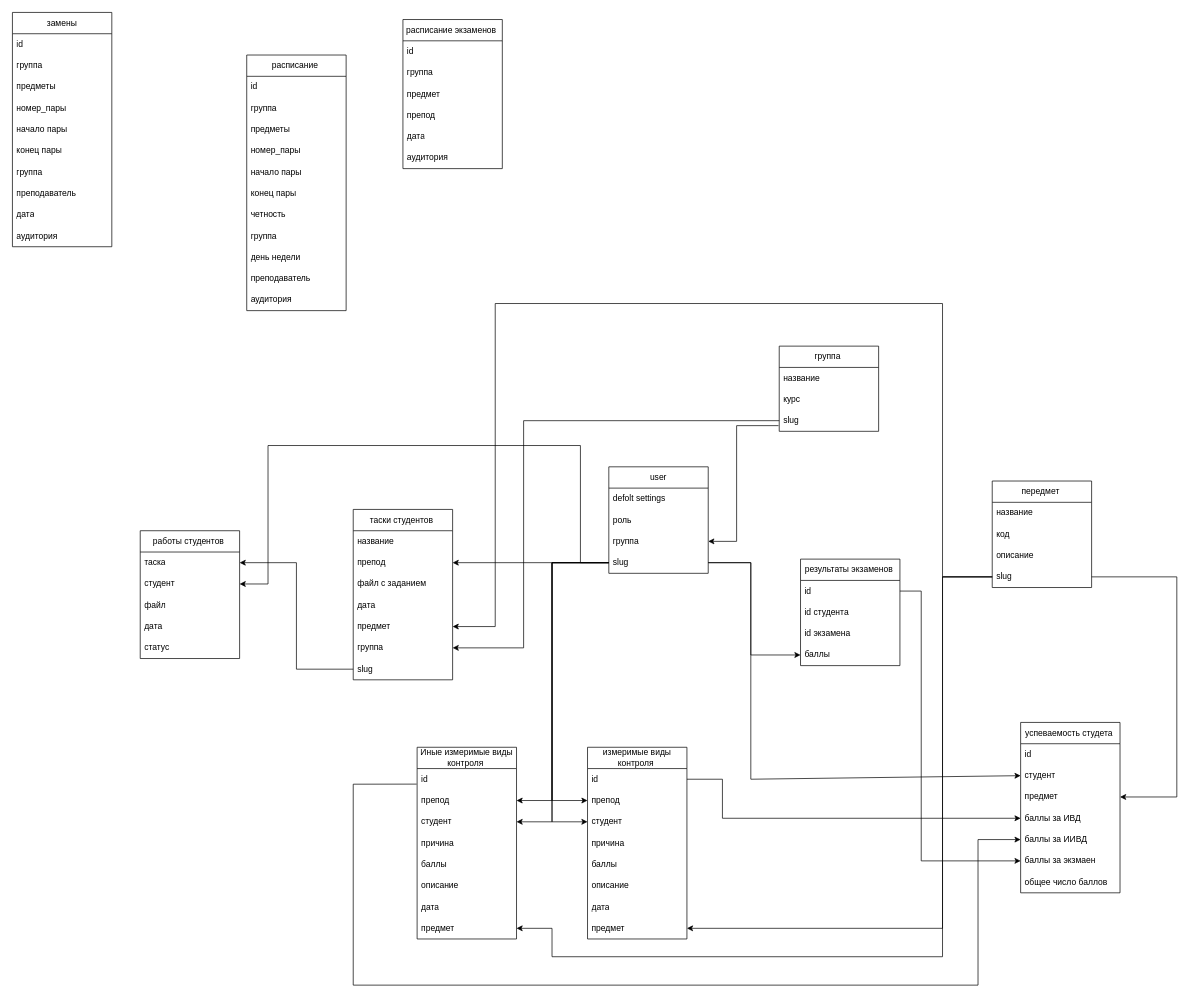
Above: db.drawio in alexkhub/GraduateWork (draw.io), before the change. Source tidied: cells renumbered, new cells numbered last; positions are measured from the earlier drawing's top-left corner, leaving out a move shared by most shapes. Both pictures are drawn from the tidied source at 71%, with x=0, y=0 at pixel (12, 12).
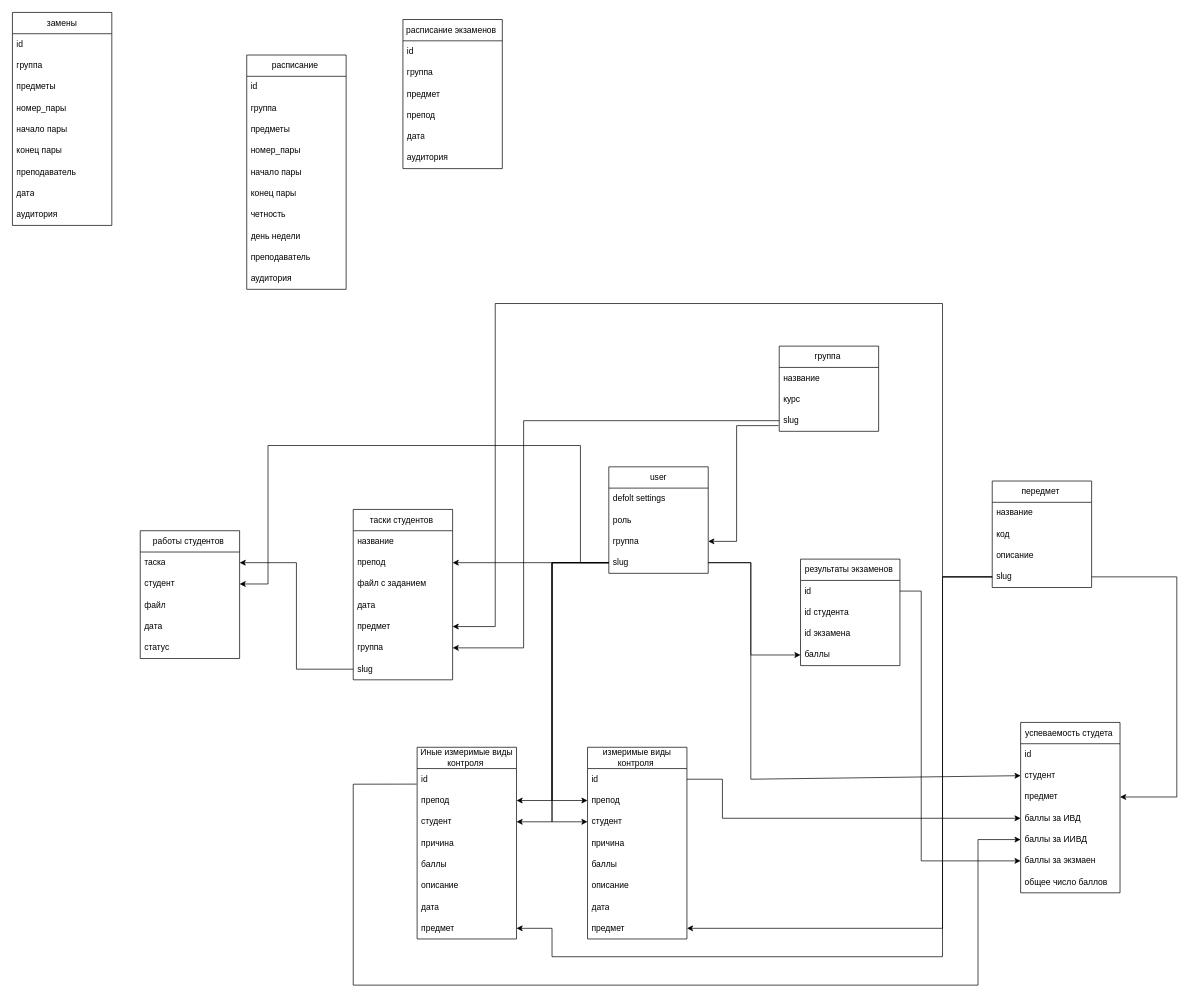
After the change.

Diff of the diagram source:
```diff
@@
     <mxCell id="79" value="расписание&amp;nbsp;" style="swimlane;fontStyle=0;horizontal=1;startSize=30;whiteSpace=wrap;html=1;" parent="1" vertex="1">
-      <mxGeometry x="330" y="60" width="140" height="360" as="geometry" />
+      <mxGeometry x="330" y="60" width="140" height="330" as="geometry" />
     </mxCell>
@@
-    <mxCell id="87" value="группа&amp;nbsp;" style="text;strokeColor=none;fillColor=none;align=left;verticalAlign=middle;spacingLeft=4;spacingRight=4;overflow=hidden;whiteSpace=wrap;html=1;" parent="79" vertex="1">
-      <mxGeometry y="240" width="140" height="30" as="geometry" />
-    </mxCell>
     <mxCell id="88" value="день недели" style="text;strokeColor=none;fillColor=none;align=left;verticalAlign=middle;spacingLeft=4;spacingRight=4;overflow=hidden;whiteSpace=wrap;html=1;" parent="79" vertex="1">
-      <mxGeometry y="270" width="140" height="30" as="geometry" />
+      <mxGeometry y="240" width="140" height="30" as="geometry" />
     </mxCell>
     <mxCell id="89" value="преподаватель&amp;nbsp;" style="text;strokeColor=none;fillColor=none;align=left;verticalAlign=middle;spacingLeft=4;spacingRight=4;overflow=hidden;whiteSpace=wrap;html=1;" parent="79" vertex="1">
-      <mxGeometry y="300" width="140" height="30" as="geometry" />
+      <mxGeometry y="270" width="140" height="30" as="geometry" />
     </mxCell>
     <mxCell id="90" value="аудитория&amp;nbsp;" style="text;strokeColor=none;fillColor=none;align=left;verticalAlign=middle;spacingLeft=4;spacingRight=4;overflow=hidden;whiteSpace=wrap;html=1;" parent="79" vertex="1">
-      <mxGeometry y="330" width="140" height="30" as="geometry" />
+      <mxGeometry y="300" width="140" height="30" as="geometry" />
     </mxCell>
     <mxCell id="91" value="замены" style="swimlane;fontStyle=0;horizontal=1;startSize=30;whiteSpace=wrap;html=1;" parent="1" vertex="1">
-      <mxGeometry width="140" height="330" as="geometry" />
+      <mxGeometry width="140" height="300" as="geometry" />
     </mxCell>
@@
-    <mxCell id="98" value="группа&amp;nbsp;" style="text;strokeColor=none;fillColor=none;align=left;verticalAlign=middle;spacingLeft=4;spacingRight=4;overflow=hidden;whiteSpace=wrap;html=1;" parent="91" vertex="1">
-      <mxGeometry y="210" width="140" height="30" as="geometry" />
-    </mxCell>
     <mxCell id="99" value="преподаватель&amp;nbsp;" style="text;strokeColor=none;fillColor=none;align=left;verticalAlign=middle;spacingLeft=4;spacingRight=4;overflow=hidden;whiteSpace=wrap;html=1;" parent="91" vertex="1">
-      <mxGeometry y="240" width="140" height="30" as="geometry" />
+      <mxGeometry y="210" width="140" height="30" as="geometry" />
     </mxCell>
     <mxCell id="100" value="дата" style="text;strokeColor=none;fillColor=none;align=left;verticalAlign=middle;spacingLeft=4;spacingRight=4;overflow=hidden;whiteSpace=wrap;html=1;" parent="91" vertex="1">
-      <mxGeometry y="270" width="140" height="30" as="geometry" />
+      <mxGeometry y="240" width="140" height="30" as="geometry" />
     </mxCell>
     <mxCell id="101" value="аудитория&amp;nbsp;" style="text;strokeColor=none;fillColor=none;align=left;verticalAlign=middle;spacingLeft=4;spacingRight=4;overflow=hidden;whiteSpace=wrap;html=1;" parent="91" vertex="1">
-      <mxGeometry y="300" width="140" height="30" as="geometry" />
+      <mxGeometry y="270" width="140" height="30" as="geometry" />
     </mxCell>
```
